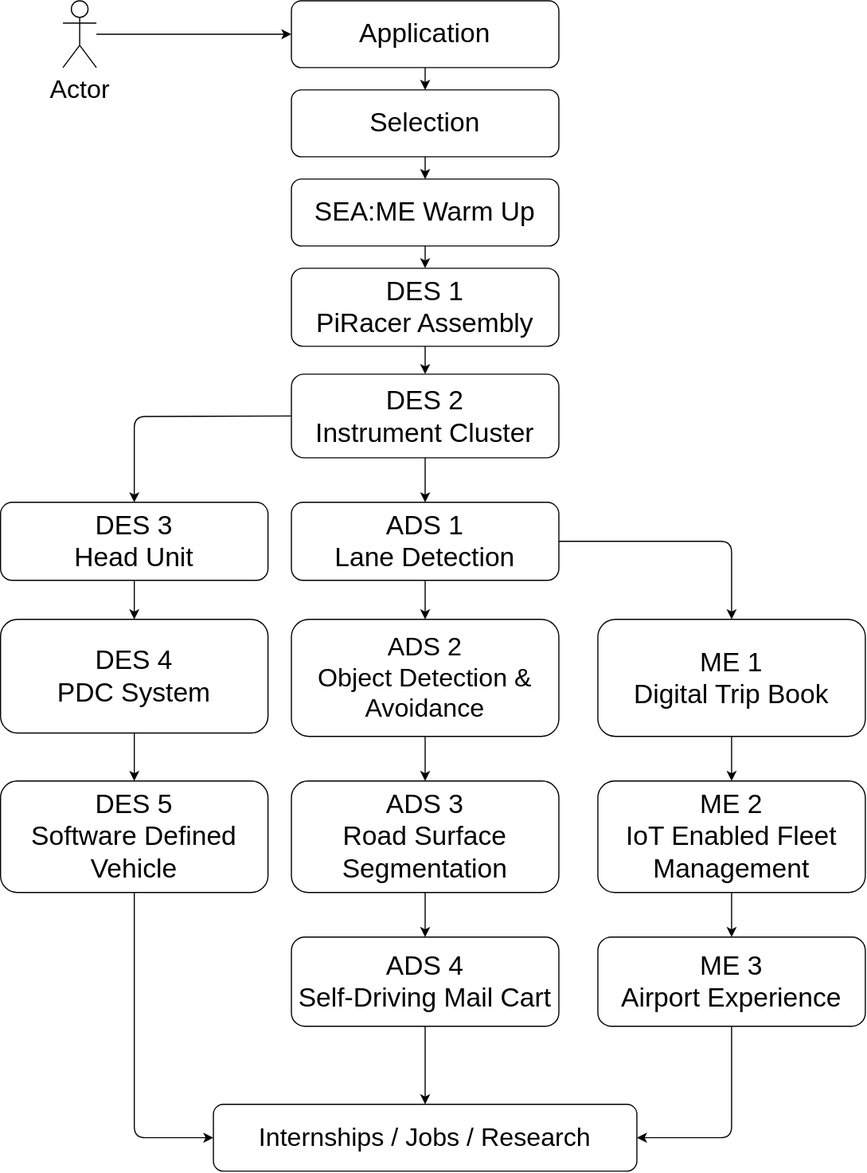
SEA-ME/SEA-ME-Study-Roadmap keeps this draw.io diagram as draw/roadmap.svg. Above is the earlier version. Source tidied: cells renumbered, new cells last; positions are measured from the earlier drawing's top-left corner, leaving out a move shared by most shapes. Its diagram source:
```xml
<mxGraphModel>
  <root>
    <mxCell id="0" />
    <mxCell id="1" parent="0" />
    <mxCell id="2" style="edgeStyle=none;html=1;exitX=0.5;exitY=1;exitDx=0;exitDy=0;entryX=0.5;entryY=0;entryDx=0;entryDy=0;fontSize=23;" parent="1" edge="1" source="3" target="12">
      <mxGeometry relative="1" as="geometry" />
    </mxCell>
    <mxCell id="3" value="&lt;span style=&quot;font-size: 24px;&quot;&gt;DES 1&lt;br&gt;PiRacer Assembly&lt;/span&gt;" style="rounded=1;whiteSpace=wrap;html=1;" parent="1" vertex="1">
      <mxGeometry x="261" y="240" width="240" height="70" as="geometry" />
    </mxCell>
    <mxCell id="4" style="edgeStyle=none;html=1;exitX=0.5;exitY=1;exitDx=0;exitDy=0;entryX=0.5;entryY=0;entryDx=0;entryDy=0;fontSize=23;" parent="1" edge="1" source="5" target="3">
      <mxGeometry relative="1" as="geometry" />
    </mxCell>
    <mxCell id="5" value="&lt;font style=&quot;font-size: 24px;&quot;&gt;SEA:ME Warm Up&lt;/font&gt;" style="rounded=1;whiteSpace=wrap;html=1;" parent="1" vertex="1">
      <mxGeometry x="261" y="160" width="240" height="60" as="geometry" />
    </mxCell>
    <mxCell id="6" style="edgeStyle=none;html=1;exitX=0.5;exitY=1;exitDx=0;exitDy=0;entryX=0.5;entryY=0;entryDx=0;entryDy=0;fontSize=23;" parent="1" edge="1" source="7" target="5">
      <mxGeometry relative="1" as="geometry" />
    </mxCell>
    <mxCell id="7" value="&lt;font style=&quot;font-size: 24px;&quot;&gt;Selection&lt;/font&gt;" style="rounded=1;whiteSpace=wrap;html=1;" parent="1" vertex="1">
      <mxGeometry x="261" y="80" width="240" height="60" as="geometry" />
    </mxCell>
    <mxCell id="8" style="edgeStyle=none;html=1;exitX=0.5;exitY=1;exitDx=0;exitDy=0;entryX=0.5;entryY=0;entryDx=0;entryDy=0;fontSize=23;" parent="1" edge="1" source="9" target="7">
      <mxGeometry relative="1" as="geometry" />
    </mxCell>
    <mxCell id="9" value="&lt;font style=&quot;font-size: 24px;&quot;&gt;Application&lt;/font&gt;" style="rounded=1;whiteSpace=wrap;html=1;" parent="1" vertex="1">
      <mxGeometry x="261" width="240" height="60" as="geometry" />
    </mxCell>
    <mxCell id="10" style="edgeStyle=none;html=1;exitX=0;exitY=0.5;exitDx=0;exitDy=0;entryX=0.5;entryY=0;entryDx=0;entryDy=0;fontSize=23;" parent="1" edge="1" source="12" target="14">
      <mxGeometry relative="1" as="geometry">
        <Array as="points">
          <mxPoint x="120" y="373" />
        </Array>
      </mxGeometry>
    </mxCell>
    <mxCell id="11" style="edgeStyle=none;html=1;exitX=0.5;exitY=1;exitDx=0;exitDy=0;entryX=0.5;entryY=0;entryDx=0;entryDy=0;fontSize=23;" parent="1" edge="1" source="12" target="21">
      <mxGeometry relative="1" as="geometry" />
    </mxCell>
    <mxCell id="12" value="&lt;span style=&quot;font-size: 24px;&quot;&gt;DES 2&lt;br&gt;Instrument Cluster&lt;/span&gt;" style="rounded=1;whiteSpace=wrap;html=1;" parent="1" vertex="1">
      <mxGeometry x="261" y="335" width="240" height="75" as="geometry" />
    </mxCell>
    <mxCell id="13" style="edgeStyle=none;html=1;exitX=0.5;exitY=1;exitDx=0;exitDy=0;entryX=0.5;entryY=0;entryDx=0;entryDy=0;fontSize=23;" parent="1" edge="1" source="14" target="16">
      <mxGeometry relative="1" as="geometry" />
    </mxCell>
    <mxCell id="14" value="&lt;span style=&quot;font-size: 24px;&quot;&gt;DES 3&lt;br&gt;Head Unit&lt;/span&gt;" style="rounded=1;whiteSpace=wrap;html=1;" parent="1" vertex="1">
      <mxGeometry y="450" width="240" height="70" as="geometry" />
    </mxCell>
    <mxCell id="15" style="edgeStyle=none;html=1;exitX=0.5;exitY=1;exitDx=0;exitDy=0;entryX=0.5;entryY=0;entryDx=0;entryDy=0;fontSize=23;" parent="1" edge="1" source="16" target="18">
      <mxGeometry relative="1" as="geometry" />
    </mxCell>
    <mxCell id="16" value="&lt;span style=&quot;font-size: 24px;&quot;&gt;DES 4&lt;br&gt;PDC System&lt;/span&gt;" style="rounded=1;whiteSpace=wrap;html=1;" parent="1" vertex="1">
      <mxGeometry y="555" width="240" height="102" as="geometry" />
    </mxCell>
    <mxCell id="17" style="edgeStyle=none;html=1;exitX=0.5;exitY=1;exitDx=0;exitDy=0;entryX=0;entryY=0.5;entryDx=0;entryDy=0;fontSize=23;" parent="1" edge="1" source="18" target="34">
      <mxGeometry relative="1" as="geometry">
        <Array as="points">
          <mxPoint x="120" y="1020" />
        </Array>
      </mxGeometry>
    </mxCell>
    <mxCell id="18" value="&lt;span style=&quot;font-size: 24px;&quot;&gt;DES 5&lt;br&gt;Software Defined Vehicle&lt;br&gt;&lt;/span&gt;" style="rounded=1;whiteSpace=wrap;html=1;" parent="1" vertex="1">
      <mxGeometry y="700" width="240" height="100" as="geometry" />
    </mxCell>
    <mxCell id="19" style="edgeStyle=none;html=1;exitX=0.5;exitY=1;exitDx=0;exitDy=0;entryX=0.5;entryY=0;entryDx=0;entryDy=0;fontSize=23;" parent="1" edge="1" source="21" target="23">
      <mxGeometry relative="1" as="geometry" />
    </mxCell>
    <mxCell id="20" style="edgeStyle=none;html=1;exitX=1;exitY=0.5;exitDx=0;exitDy=0;entryX=0.5;entryY=0;entryDx=0;entryDy=0;fontSize=23;" parent="1" edge="1" source="21" target="29">
      <mxGeometry relative="1" as="geometry">
        <Array as="points">
          <mxPoint x="656" y="485" />
        </Array>
      </mxGeometry>
    </mxCell>
    <mxCell id="21" value="&lt;span style=&quot;font-size: 24px;&quot;&gt;ADS 1&lt;br&gt;Lane Detection&lt;br&gt;&lt;/span&gt;" style="rounded=1;whiteSpace=wrap;html=1;" parent="1" vertex="1">
      <mxGeometry x="261" y="450" width="240" height="70" as="geometry" />
    </mxCell>
    <mxCell id="22" style="edgeStyle=none;html=1;exitX=0.5;exitY=1;exitDx=0;exitDy=0;entryX=0.5;entryY=0;entryDx=0;entryDy=0;fontSize=23;" parent="1" edge="1" source="23" target="25">
      <mxGeometry relative="1" as="geometry" />
    </mxCell>
    <mxCell id="23" value="&lt;font style=&quot;font-size: 23px;&quot;&gt;ADS 2&lt;br&gt;Object Detection &amp;amp; Avoidance&lt;/font&gt;" style="rounded=1;whiteSpace=wrap;html=1;" parent="1" vertex="1">
      <mxGeometry x="261" y="555" width="240" height="105" as="geometry" />
    </mxCell>
    <mxCell id="24" style="edgeStyle=none;html=1;exitX=0.5;exitY=1;exitDx=0;exitDy=0;entryX=0.5;entryY=0;entryDx=0;entryDy=0;fontSize=23;" parent="1" edge="1" source="25" target="27">
      <mxGeometry relative="1" as="geometry" />
    </mxCell>
    <mxCell id="25" value="&lt;span style=&quot;font-size: 24px;&quot;&gt;ADS 3&lt;br&gt;Road Surface Segmentation&lt;br&gt;&lt;/span&gt;" style="rounded=1;whiteSpace=wrap;html=1;" parent="1" vertex="1">
      <mxGeometry x="261" y="700" width="240" height="100" as="geometry" />
    </mxCell>
    <mxCell id="26" style="edgeStyle=none;html=1;exitX=0.5;exitY=1;exitDx=0;exitDy=0;entryX=0.5;entryY=0;entryDx=0;entryDy=0;fontSize=23;" parent="1" edge="1" source="27" target="34">
      <mxGeometry relative="1" as="geometry" />
    </mxCell>
    <mxCell id="27" value="&lt;span style=&quot;font-size: 24px;&quot;&gt;ADS 4&lt;br&gt;Self-Driving Mail Cart&lt;br&gt;&lt;/span&gt;" style="rounded=1;whiteSpace=wrap;html=1;" parent="1" vertex="1">
      <mxGeometry x="261" y="840" width="240" height="80" as="geometry" />
    </mxCell>
    <mxCell id="28" style="edgeStyle=none;html=1;exitX=0.5;exitY=1;exitDx=0;exitDy=0;entryX=0.5;entryY=0;entryDx=0;entryDy=0;fontSize=23;" parent="1" edge="1" source="29" target="31">
      <mxGeometry relative="1" as="geometry" />
    </mxCell>
    <mxCell id="29" value="&lt;span style=&quot;font-size: 24px;&quot;&gt;ME 1&lt;br&gt;Digital Trip Book&lt;br&gt;&lt;/span&gt;" style="rounded=1;whiteSpace=wrap;html=1;" parent="1" vertex="1">
      <mxGeometry x="536" y="555" width="240" height="105" as="geometry" />
    </mxCell>
    <mxCell id="30" style="edgeStyle=none;html=1;exitX=0.5;exitY=1;exitDx=0;exitDy=0;entryX=0.5;entryY=0;entryDx=0;entryDy=0;fontSize=23;" parent="1" edge="1" source="31" target="33">
      <mxGeometry relative="1" as="geometry" />
    </mxCell>
    <mxCell id="31" value="&lt;span style=&quot;font-size: 24px;&quot;&gt;ME 2&lt;br&gt;IoT Enabled Fleet Management&lt;br&gt;&lt;/span&gt;" style="rounded=1;whiteSpace=wrap;html=1;" parent="1" vertex="1">
      <mxGeometry x="536" y="700" width="240" height="100" as="geometry" />
    </mxCell>
    <mxCell id="32" style="edgeStyle=none;html=1;exitX=0.5;exitY=1;exitDx=0;exitDy=0;entryX=1;entryY=0.5;entryDx=0;entryDy=0;fontSize=23;" parent="1" edge="1" source="33" target="34">
      <mxGeometry relative="1" as="geometry">
        <Array as="points">
          <mxPoint x="656" y="1020" />
        </Array>
      </mxGeometry>
    </mxCell>
    <mxCell id="33" value="&lt;span style=&quot;font-size: 24px;&quot;&gt;ME 3&lt;br&gt;Airport Experience&lt;br&gt;&lt;/span&gt;" style="rounded=1;whiteSpace=wrap;html=1;" parent="1" vertex="1">
      <mxGeometry x="536" y="840" width="240" height="80" as="geometry" />
    </mxCell>
    <mxCell id="34" value="Internships / Jobs / Research" style="rounded=1;whiteSpace=wrap;html=1;fontSize=23;" parent="1" vertex="1">
      <mxGeometry x="191" y="990" width="380" height="60" as="geometry" />
    </mxCell>
    <mxCell id="35" style="edgeStyle=none;html=1;entryX=0;entryY=0.5;entryDx=0;entryDy=0;fontSize=23;" parent="1" edge="1" source="36" target="9">
      <mxGeometry relative="1" as="geometry" />
    </mxCell>
    <mxCell id="36" value="Actor" style="shape=umlActor;verticalLabelPosition=bottom;verticalAlign=top;html=1;outlineConnect=0;fontSize=23;" parent="1" vertex="1">
      <mxGeometry x="56" width="30" height="60" as="geometry" />
    </mxCell>
  </root>
</mxGraphModel>
```
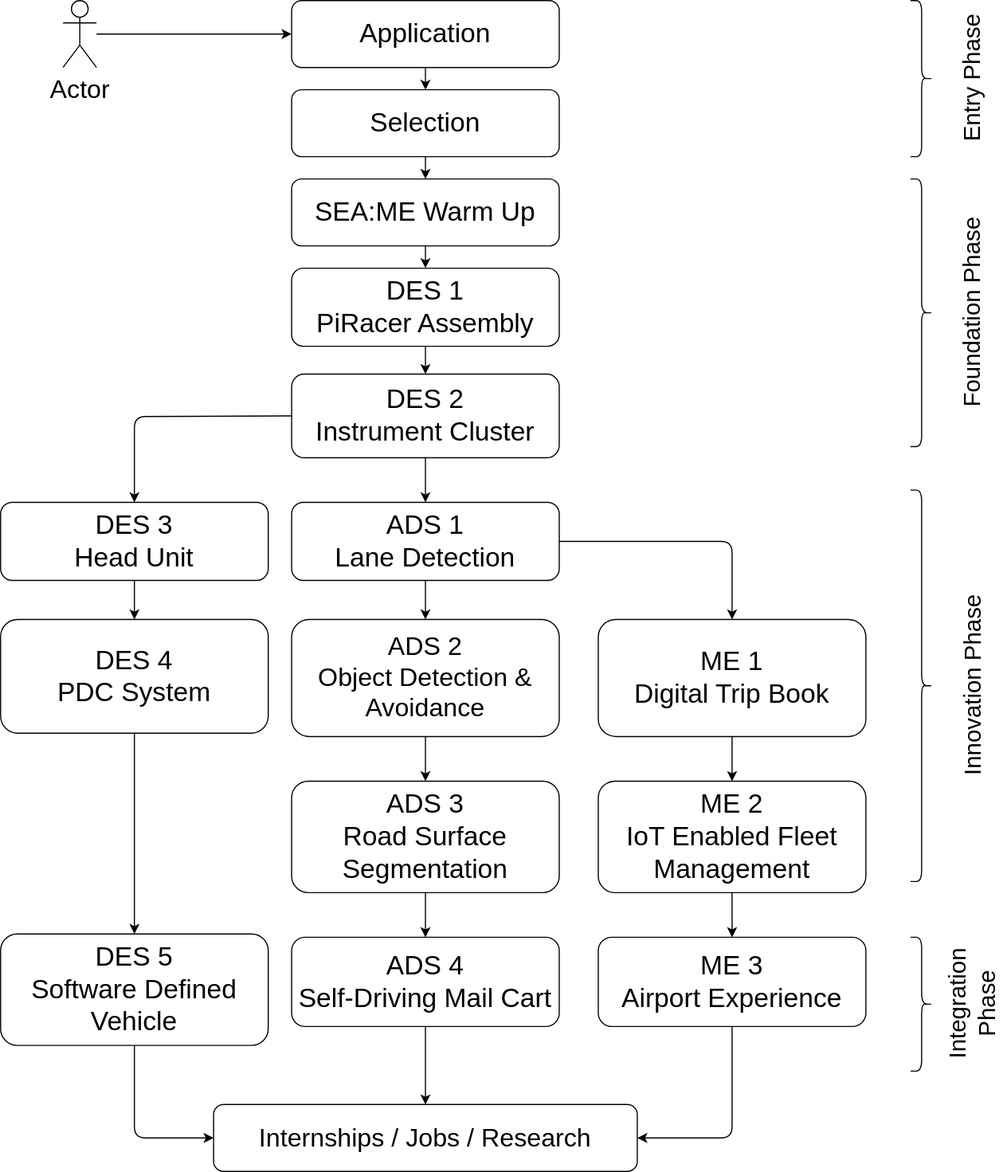
The same diagram one commit later.

Diff of the diagram source:
```diff
@@ -59,7 +59,7 @@
       </mxGeometry>
     </mxCell>
     <mxCell id="18" value="&lt;span style=&quot;font-size: 24px;&quot;&gt;DES 5&lt;br&gt;Software Defined Vehicle&lt;br&gt;&lt;/span&gt;" style="rounded=1;whiteSpace=wrap;html=1;" parent="1" vertex="1">
-      <mxGeometry y="700" width="240" height="100" as="geometry" />
+      <mxGeometry y="837" width="240" height="100" as="geometry" />
     </mxCell>
     <mxCell id="19" style="edgeStyle=none;html=1;exitX=0.5;exitY=1;exitDx=0;exitDy=0;entryX=0.5;entryY=0;entryDx=0;entryDy=0;fontSize=23;" parent="1" edge="1" source="21" target="23">
       <mxGeometry relative="1" as="geometry" />
@@ -123,5 +123,29 @@
     <mxCell id="36" value="Actor" style="shape=umlActor;verticalLabelPosition=bottom;verticalAlign=top;html=1;outlineConnect=0;fontSize=23;" parent="1" vertex="1">
       <mxGeometry x="56" width="30" height="60" as="geometry" />
     </mxCell>
+    <mxCell id="37" value="&lt;font style=&quot;font-size: 21px;&quot;&gt;Foundation Phase&lt;/font&gt;" style="text;html=1;align=center;verticalAlign=middle;strokeColor=none;fillColor=none;rotation=-90;" parent="1" vertex="1">
+      <mxGeometry x="776" y="260" width="190" height="40" as="geometry" />
+    </mxCell>
+    <mxCell id="38" style="shape=curlyBracket;whiteSpace=wrap;html=1;rounded=1;flipH=1;labelPosition=right;verticalLabelPosition=middle;align=left;verticalAlign=middle;fontSize=21;" parent="1" vertex="1">
+      <mxGeometry x="816" y="160" width="20" height="240" as="geometry" />
+    </mxCell>
+    <mxCell id="39" style="shape=curlyBracket;whiteSpace=wrap;html=1;rounded=1;flipH=1;labelPosition=right;verticalLabelPosition=middle;align=left;verticalAlign=middle;fontSize=21;" parent="1" vertex="1">
+      <mxGeometry x="816" width="20" height="140" as="geometry" />
+    </mxCell>
+    <mxCell id="40" value="&lt;font style=&quot;font-size: 21px;&quot;&gt;Entry&amp;nbsp;Phase&lt;/font&gt;" style="text;html=1;align=center;verticalAlign=middle;strokeColor=none;fillColor=none;rotation=-90;" parent="1" vertex="1">
+      <mxGeometry x="801" y="50" width="140" height="40" as="geometry" />
+    </mxCell>
+    <mxCell id="41" value="&lt;font style=&quot;font-size: 21px;&quot;&gt;Innovation Phase&lt;/font&gt;" style="text;html=1;align=center;verticalAlign=middle;strokeColor=none;fillColor=none;rotation=-90;" parent="1" vertex="1">
+      <mxGeometry x="776" y="594.5" width="190" height="40" as="geometry" />
+    </mxCell>
+    <mxCell id="42" style="shape=curlyBracket;whiteSpace=wrap;html=1;rounded=1;flipH=1;labelPosition=right;verticalLabelPosition=middle;align=left;verticalAlign=middle;fontSize=21;" parent="1" vertex="1">
+      <mxGeometry x="816" y="439" width="20" height="351" as="geometry" />
+    </mxCell>
+    <mxCell id="43" style="shape=curlyBracket;whiteSpace=wrap;html=1;rounded=1;flipH=1;labelPosition=right;verticalLabelPosition=middle;align=left;verticalAlign=middle;fontSize=21;" parent="1" vertex="1">
+      <mxGeometry x="816" y="840" width="20" height="120" as="geometry" />
+    </mxCell>
+    <mxCell id="44" value="&lt;font style=&quot;font-size: 21px;&quot;&gt;Integration &lt;br&gt;Phase&lt;/font&gt;" style="text;html=1;align=center;verticalAlign=middle;strokeColor=none;fillColor=none;rotation=-90;" parent="1" vertex="1">
+      <mxGeometry x="811" y="870" width="120" height="60" as="geometry" />
+    </mxCell>
   </root>
 </mxGraphModel>
```
